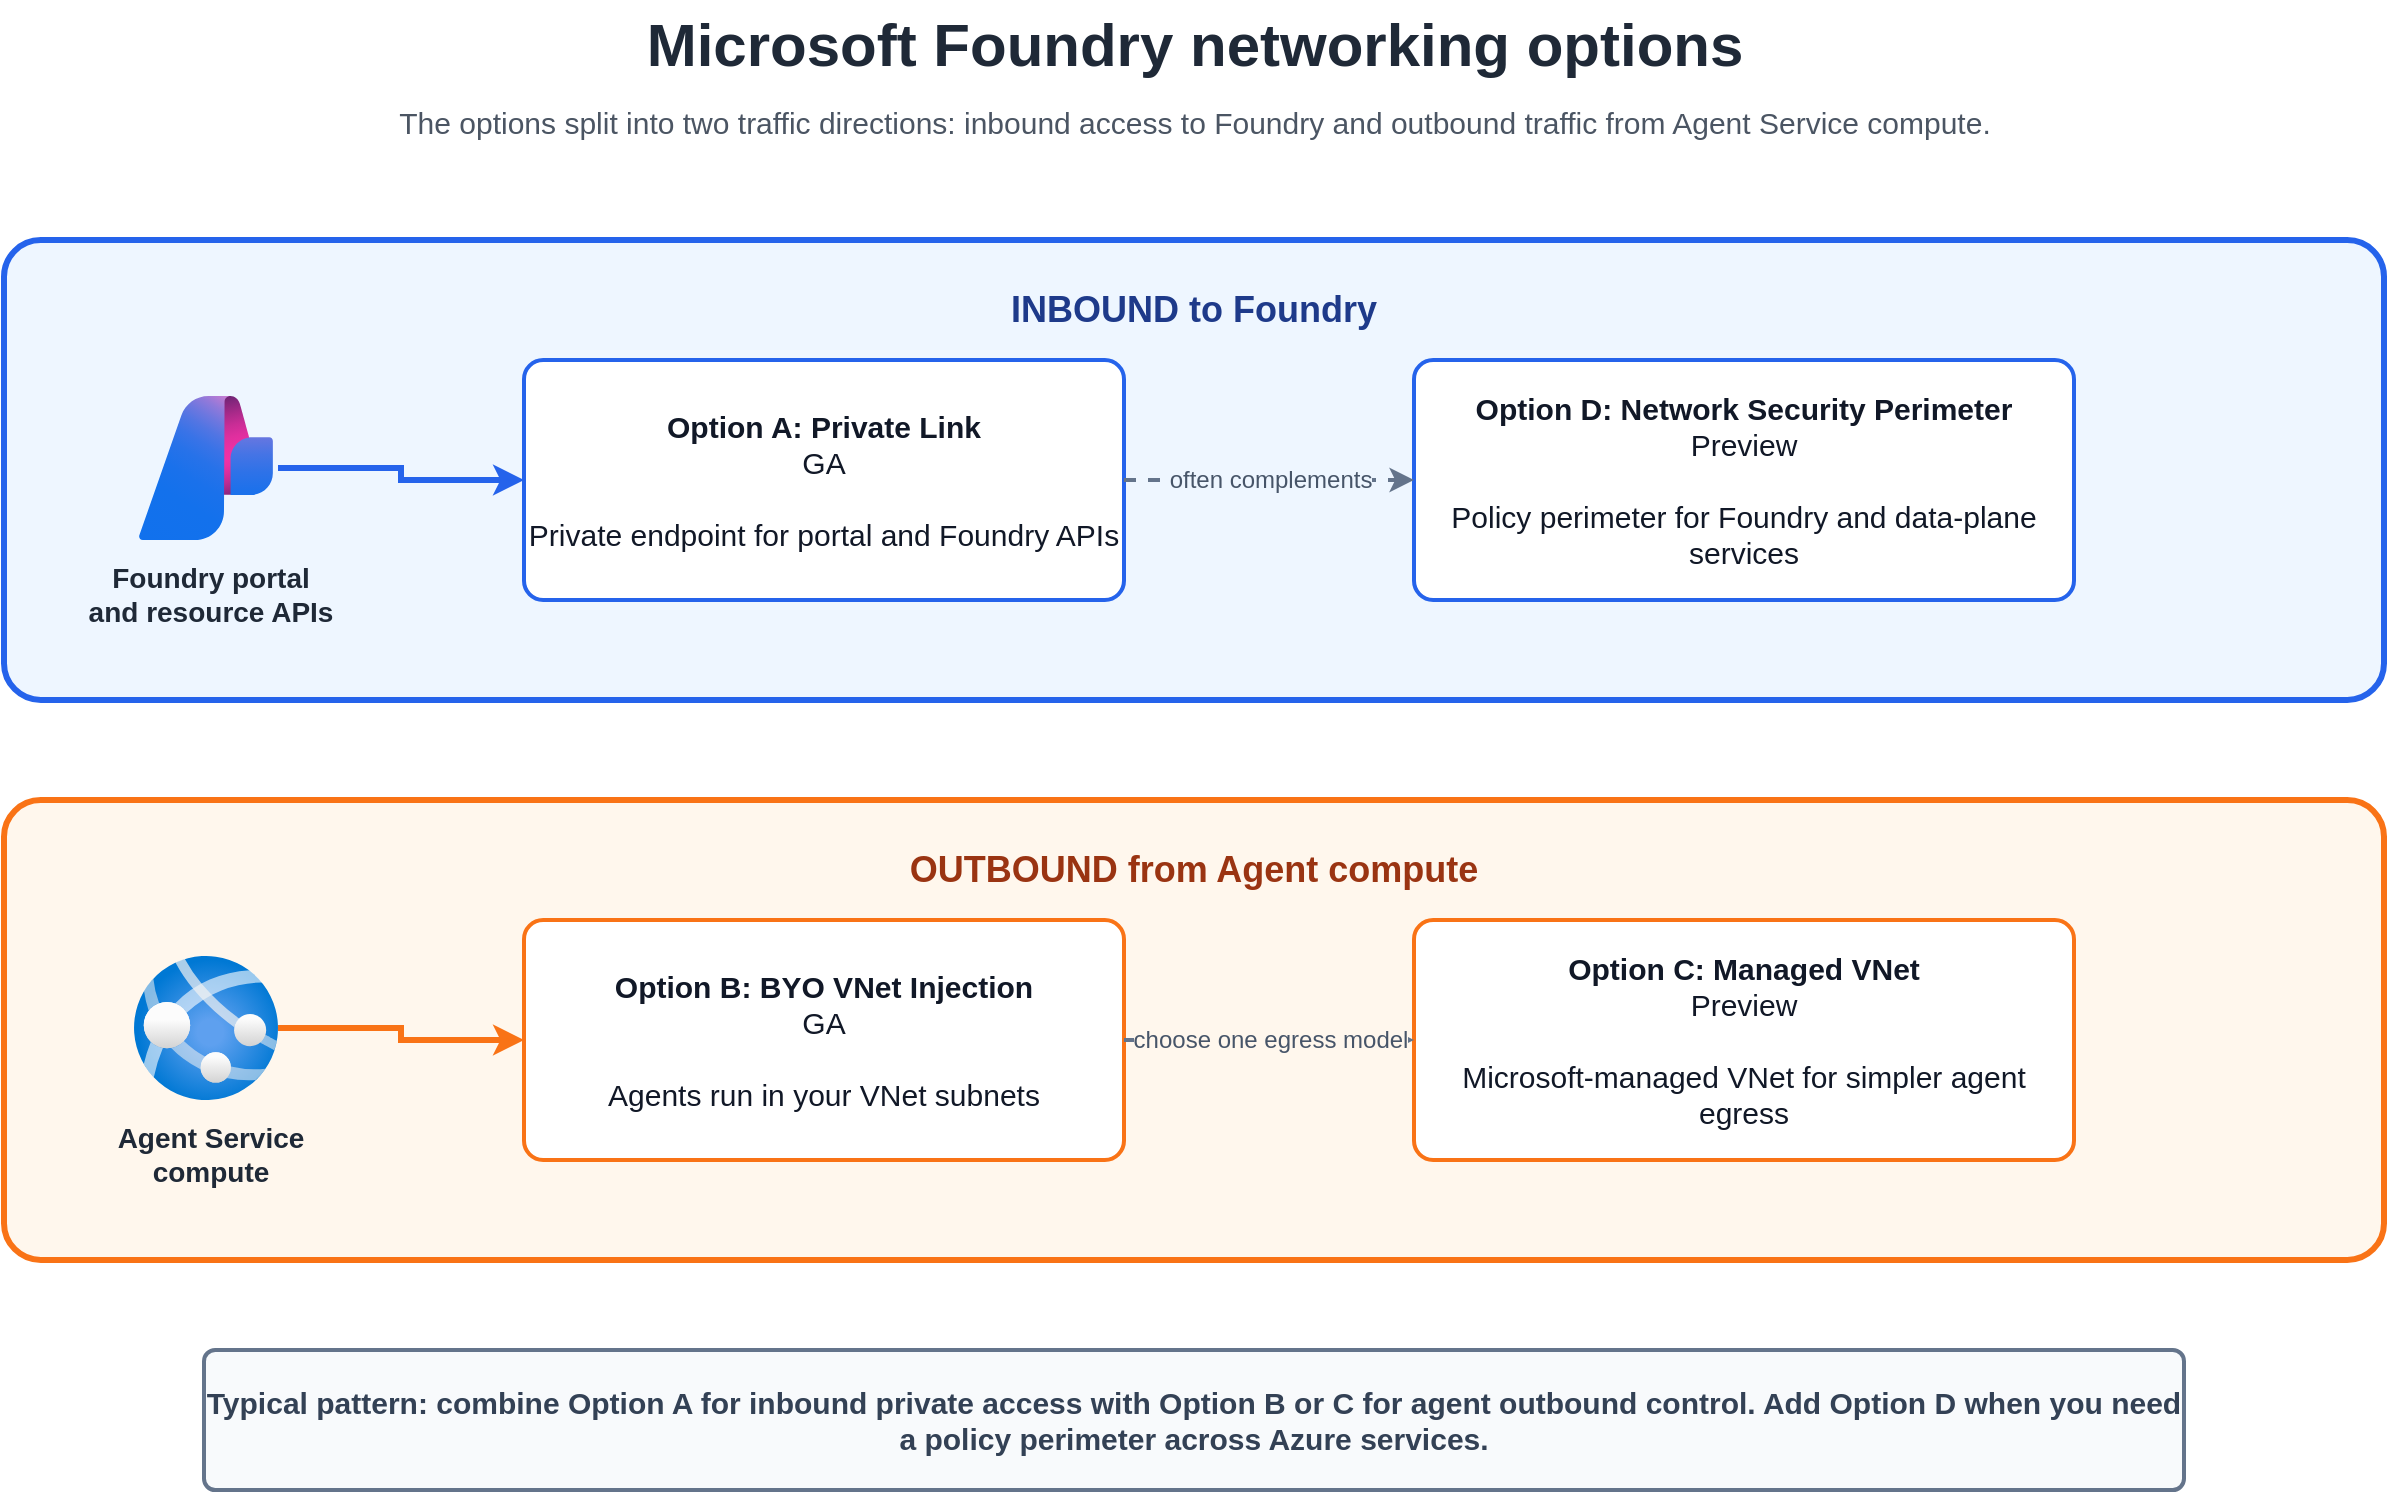
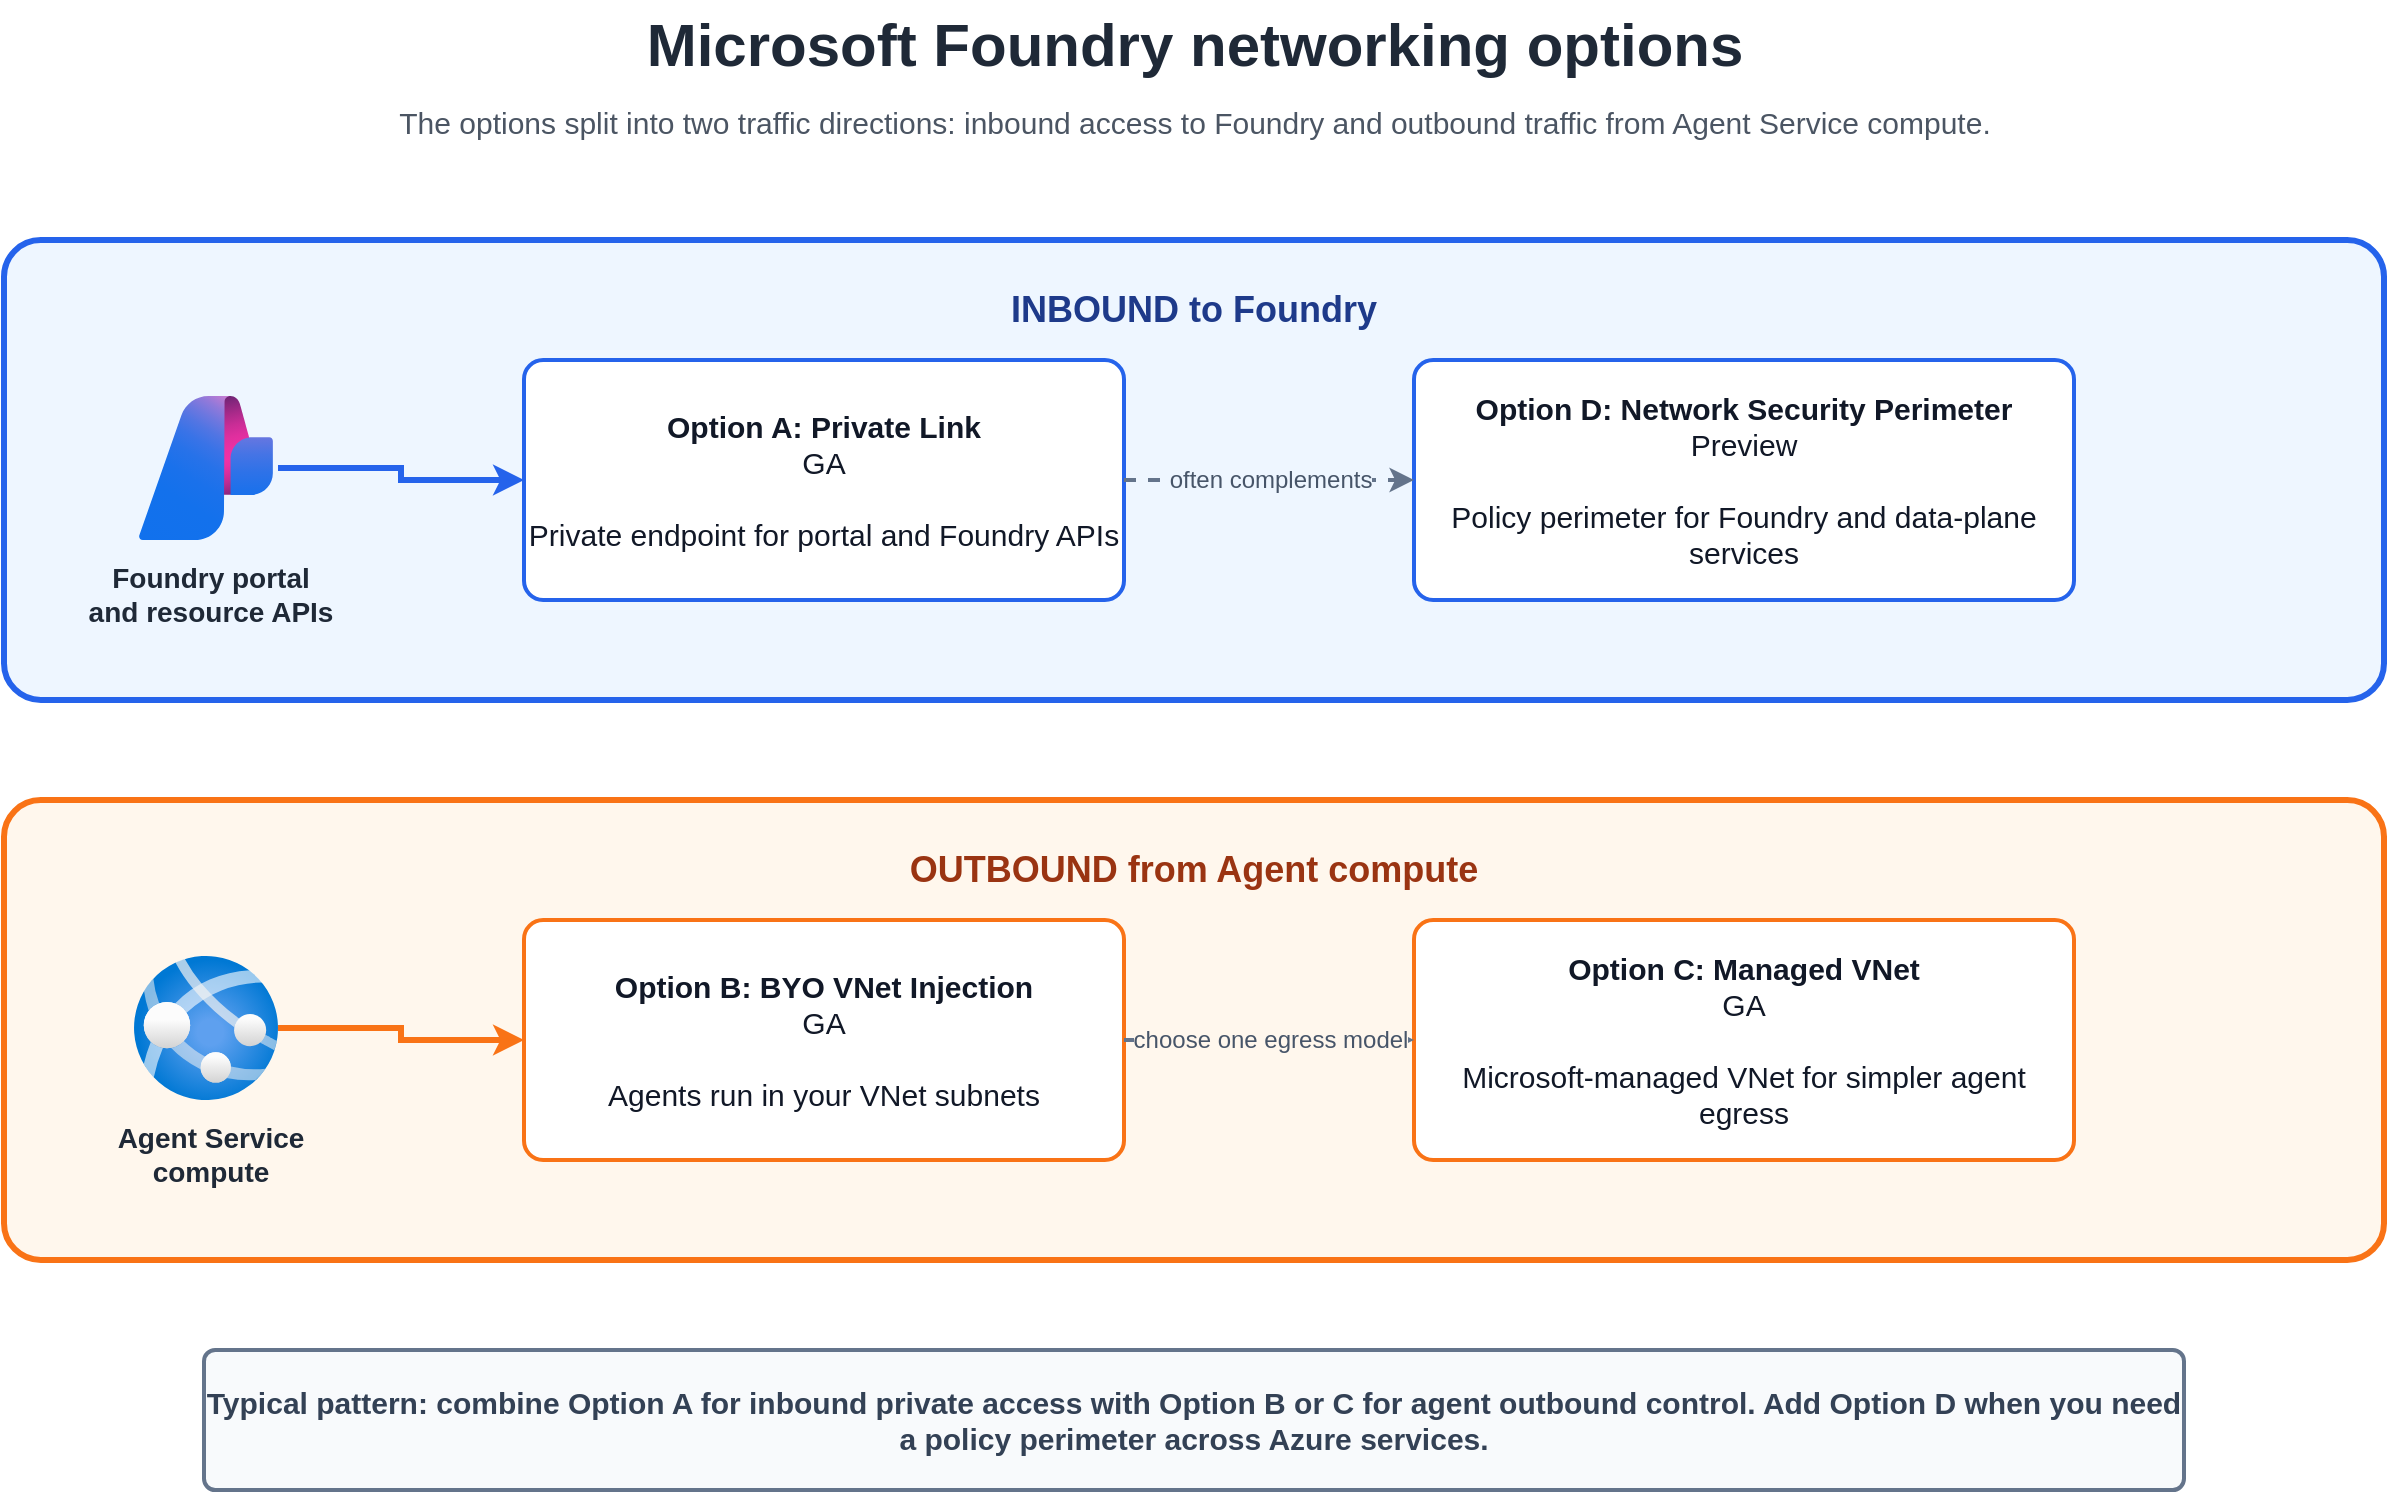
<mxfile host="app.diagrams.net" modified="2026-05-28T00:00:00.000Z" agent="GitHub Copilot" version="24.7.17" type="device">
  <diagram id="foundry-four-network-options" name="Foundry Four Network Options">
    <mxGraphModel dx="1422" dy="762" grid="1" gridSize="10" guides="1" tooltips="1" connect="1" arrows="1" fold="1" page="1" pageScale="1" pageWidth="1450" pageHeight="820" math="0" shadow="0">
      <root>
        <mxCell id="0" />
        <mxCell id="1" parent="0" />
        <mxCell id="title" value="Microsoft Foundry networking options" style="text;html=1;fontSize=30;fontStyle=1;align=center;verticalAlign=middle;fillColor=none;strokeColor=none;fontColor=#1f2937;" parent="1" vertex="1">
          <mxGeometry x="200" y="30" width="1050" height="44" as="geometry" />
        </mxCell>
        <mxCell id="subtitle" value="The options split into two traffic directions: inbound access to Foundry and outbound traffic from Agent Service compute." style="text;html=1;fontSize=15;align=center;verticalAlign=middle;fillColor=none;strokeColor=none;fontColor=#4b5563;" parent="1" vertex="1">
          <mxGeometry x="225" y="76" width="1000" height="30" as="geometry" />
        </mxCell>
        <mxCell id="inbound-lane" value="INBOUND to Foundry" style="rounded=1;whiteSpace=wrap;html=1;fillColor=#eef6ff;strokeColor=#2563eb;strokeWidth=3;verticalAlign=top;fontSize=18;fontStyle=1;align=center;spacingTop=18;fontColor=#1e3a8a;arcSize=8;" parent="1" vertex="1">
          <mxGeometry x="130" y="150" width="1190" height="230" as="geometry" />
        </mxCell>
        <mxCell id="outbound-lane" value="OUTBOUND from Agent compute" style="rounded=1;whiteSpace=wrap;html=1;fillColor=#fff7ed;strokeColor=#f97316;strokeWidth=3;verticalAlign=top;fontSize=18;fontStyle=1;align=center;spacingTop=18;fontColor=#9a3412;arcSize=8;" parent="1" vertex="1">
          <mxGeometry x="130" y="430" width="1190" height="230" as="geometry" />
        </mxCell>
        <mxCell id="foundry-icon" value="" style="image;aspect=fixed;html=1;points=[];align=center;image=img/lib/azure2/ai_machine_learning/AI_Studio.svg;" parent="1" vertex="1">
          <mxGeometry x="195" y="228" width="72" height="72" as="geometry" />
        </mxCell>
        <mxCell id="foundry-label" value="Foundry portal&lt;br&gt;and resource APIs" style="text;html=1;fontSize=14;fontStyle=1;align=center;verticalAlign=middle;fillColor=none;strokeColor=none;fontColor=#1f2937;" parent="1" vertex="1">
          <mxGeometry x="160" y="305" width="145" height="44" as="geometry" />
        </mxCell>
        <mxCell id="agent-icon" value="" style="image;aspect=fixed;html=1;points=[];align=center;image=img/lib/azure2/app_services/App_Services.svg;" parent="1" vertex="1">
          <mxGeometry x="195" y="508" width="72" height="72" as="geometry" />
        </mxCell>
        <mxCell id="agent-label" value="Agent Service&lt;br&gt;compute" style="text;html=1;fontSize=14;fontStyle=1;align=center;verticalAlign=middle;fillColor=none;strokeColor=none;fontColor=#1f2937;" parent="1" vertex="1">
          <mxGeometry x="160" y="585" width="145" height="44" as="geometry" />
        </mxCell>
        <mxCell id="inbound-arrow" value="" style="edgeStyle=orthogonalEdgeStyle;rounded=0;orthogonalLoop=1;jettySize=auto;html=1;strokeColor=#2563eb;strokeWidth=3;endArrow=classic;endFill=1;" parent="1" source="foundry-icon" target="private-link-card" edge="1">
          <mxGeometry relative="1" as="geometry" />
        </mxCell>
        <mxCell id="outbound-arrow" value="" style="edgeStyle=orthogonalEdgeStyle;rounded=0;orthogonalLoop=1;jettySize=auto;html=1;strokeColor=#f97316;strokeWidth=3;endArrow=classic;endFill=1;" parent="1" source="agent-icon" target="byo-vnet-card" edge="1">
          <mxGeometry relative="1" as="geometry" />
        </mxCell>
        <mxCell id="private-link-card" value="&lt;b&gt;Option A: Private Link&lt;/b&gt;&lt;br&gt;GA&lt;br&gt;&lt;br&gt;Private endpoint for portal and Foundry APIs" style="rounded=1;whiteSpace=wrap;html=1;fillColor=#ffffff;strokeColor=#2563eb;strokeWidth=2;fontSize=15;align=center;verticalAlign=middle;fontColor=#111827;arcSize=8;" parent="1" vertex="1">
          <mxGeometry x="390" y="210" width="300" height="120" as="geometry" />
        </mxCell>
        <mxCell id="nsp-card" value="&lt;b&gt;Option D: Network Security Perimeter&lt;/b&gt;&lt;br&gt;Preview&lt;br&gt;&lt;br&gt;Policy perimeter for Foundry and data-plane services" style="rounded=1;whiteSpace=wrap;html=1;fillColor=#ffffff;strokeColor=#2563eb;strokeWidth=2;fontSize=15;align=center;verticalAlign=middle;fontColor=#111827;arcSize=8;" parent="1" vertex="1">
          <mxGeometry x="835" y="210" width="330" height="120" as="geometry" />
        </mxCell>
        <mxCell id="inbound-combine" value="often complements" style="edgeStyle=orthogonalEdgeStyle;rounded=0;orthogonalLoop=1;jettySize=auto;html=1;strokeColor=#64748b;strokeWidth=2;fontSize=12;fontColor=#475569;endArrow=classic;endFill=1;labelBackgroundColor=#eef6ff;dashed=1;" parent="1" source="private-link-card" target="nsp-card" edge="1">
          <mxGeometry relative="1" as="geometry" />
        </mxCell>
        <mxCell id="byo-vnet-card" value="&lt;b&gt;Option B: BYO VNet Injection&lt;/b&gt;&lt;br&gt;GA&lt;br&gt;&lt;br&gt;Agents run in your VNet subnets" style="rounded=1;whiteSpace=wrap;html=1;fillColor=#ffffff;strokeColor=#f97316;strokeWidth=2;fontSize=15;align=center;verticalAlign=middle;fontColor=#111827;arcSize=8;" parent="1" vertex="1">
          <mxGeometry x="390" y="490" width="300" height="120" as="geometry" />
        </mxCell>
-         <mxCell id="managed-vnet-card" value="&lt;b&gt;Option C: Managed VNet&lt;/b&gt;&lt;br&gt;Preview&lt;br&gt;&lt;br&gt;Microsoft-managed VNet for simpler agent egress" style="rounded=1;whiteSpace=wrap;html=1;fillColor=#ffffff;strokeColor=#f97316;strokeWidth=2;fontSize=15;align=center;verticalAlign=middle;fontColor=#111827;arcSize=8;" parent="1" vertex="1">
+         <mxCell id="managed-vnet-card" value="&lt;b&gt;Option C: Managed VNet&lt;/b&gt;&lt;br&gt;GA&lt;br&gt;&lt;br&gt;Microsoft-managed VNet for simpler agent egress" style="rounded=1;whiteSpace=wrap;html=1;fillColor=#ffffff;strokeColor=#f97316;strokeWidth=2;fontSize=15;align=center;verticalAlign=middle;fontColor=#111827;arcSize=8;" parent="1" vertex="1">
          <mxGeometry x="835" y="490" width="330" height="120" as="geometry" />
        </mxCell>
        <mxCell id="outbound-choice" value="choose one egress model" style="edgeStyle=orthogonalEdgeStyle;rounded=0;orthogonalLoop=1;jettySize=auto;html=1;strokeColor=#64748b;strokeWidth=2;fontSize=12;fontColor=#475569;endArrow=classic;endFill=1;labelBackgroundColor=#fff7ed;dashed=1;" parent="1" source="byo-vnet-card" target="managed-vnet-card" edge="1">
          <mxGeometry relative="1" as="geometry" />
        </mxCell>
        <mxCell id="guidance" value="Typical pattern: combine Option A for inbound private access with Option B or C for agent outbound control. Add Option D when you need a policy perimeter across Azure services." style="rounded=1;whiteSpace=wrap;html=1;fillColor=#f8fafc;strokeColor=#64748b;strokeWidth=2;fontSize=15;fontStyle=1;align=center;verticalAlign=middle;fontColor=#334155;arcSize=8;" parent="1" vertex="1">
          <mxGeometry x="230" y="705" width="990" height="70" as="geometry" />
        </mxCell>
      </root>
    </mxGraphModel>
  </diagram>
</mxfile>